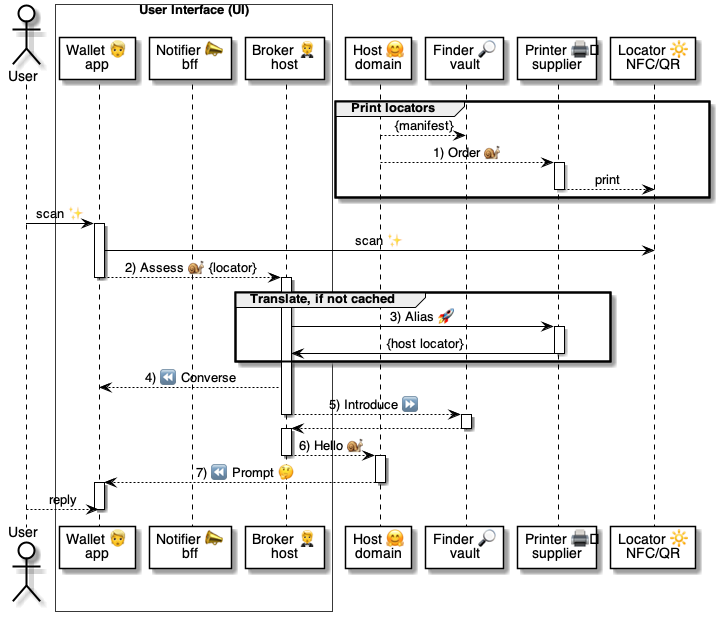
Earlier version of the PlantUML export 5 ⏩ Flows/90 🧑‍🦰👉 Wallets/15 👉🔆 Locators/.📎 Assets/⚙️🖨️ Printer QR.png (pollyweb-org/pollyweb-docs). Its source is kept beside it as 5 ⏩ Flows/90 🧑‍🦰👉 Wallets/15 👉🔆 Locators/.📎 Assets/⚙️🖨️ Printer QR.puml.
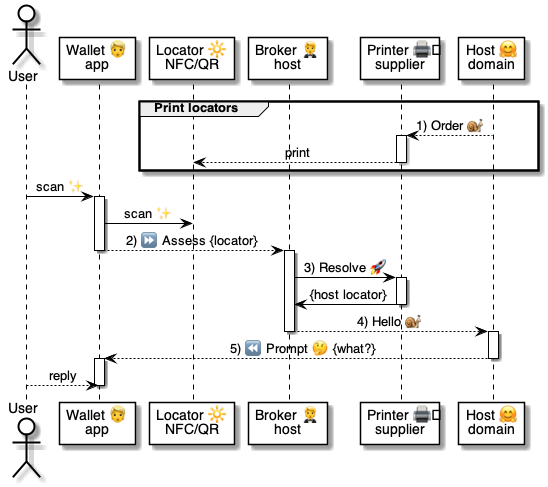
After the commit.

Diff of the diagram source:
```diff
@@ -2,21 +2,17 @@
 
 actor User as user
 
-box "User Interface (UI)"  #FFFFFF
-  participant "Wallet 👱\napp" as wallet
-  participant "Notifier 📣\nbff" as notifier
-  participant "Broker 🤵\nhost" as broker
-end box
+participant "Wallet 👱\napp" as wallet
+participant "Locator 🔆\nNFC/QR" as qr
+participant "Broker 🤵\nhost" as broker
 
+participant "Printer 🖨️\nsupplier" as printer
 participant "Host 🤗\ndomain" as host
-participant "Finder 🔎\nvault" as finder
-participant "Printer 🖨️\nsupplier" as printer
-participant "Locator 🔆\nNFC/QR" as qr
+
 
 
 group Print locators
 
-    host --> finder: {manifest}
     host --> printer: 1) Order 🐌
 
     activate printer
@@ -30,42 +26,24 @@
 
 activate wallet
   wallet -> qr: scan ✨
-  wallet --> broker: 2) Assess 🐌 {locator}
+  wallet --> broker: 2) ⏩ Assess {locator}
 deactivate wallet
 
 
 activate broker
 
-    group Translate, if not cached
+    broker -> printer: 3) Resolve 🚀
 
-        broker -> printer: 3) Alias 🚀
+activate printer
+    printer -> broker: {host locator}
+deactivate printer
 
-        activate printer
-            printer -> broker: {host locator}
-        deactivate printer
-
-    end group
-
-
-        broker --> wallet: 4) ⏪ Converse
-
-        broker --> finder: 5) Introduce ⏩
-        deactivate broker
-
-        activate finder
-          finder --> broker
-        deactivate finder
-
-        activate broker
-
-
-    broker --> host: 6) Hello 🐌
-
+    broker --> host: 4) Hello 🐌
 deactivate broker
 
 
 activate host
-    host --> wallet: 7) ⏪ Prompt 🤔
+    host --> wallet: 5) ⏪ Prompt 🤔 {what?}
 deactivate host
 
 activate wallet
```
